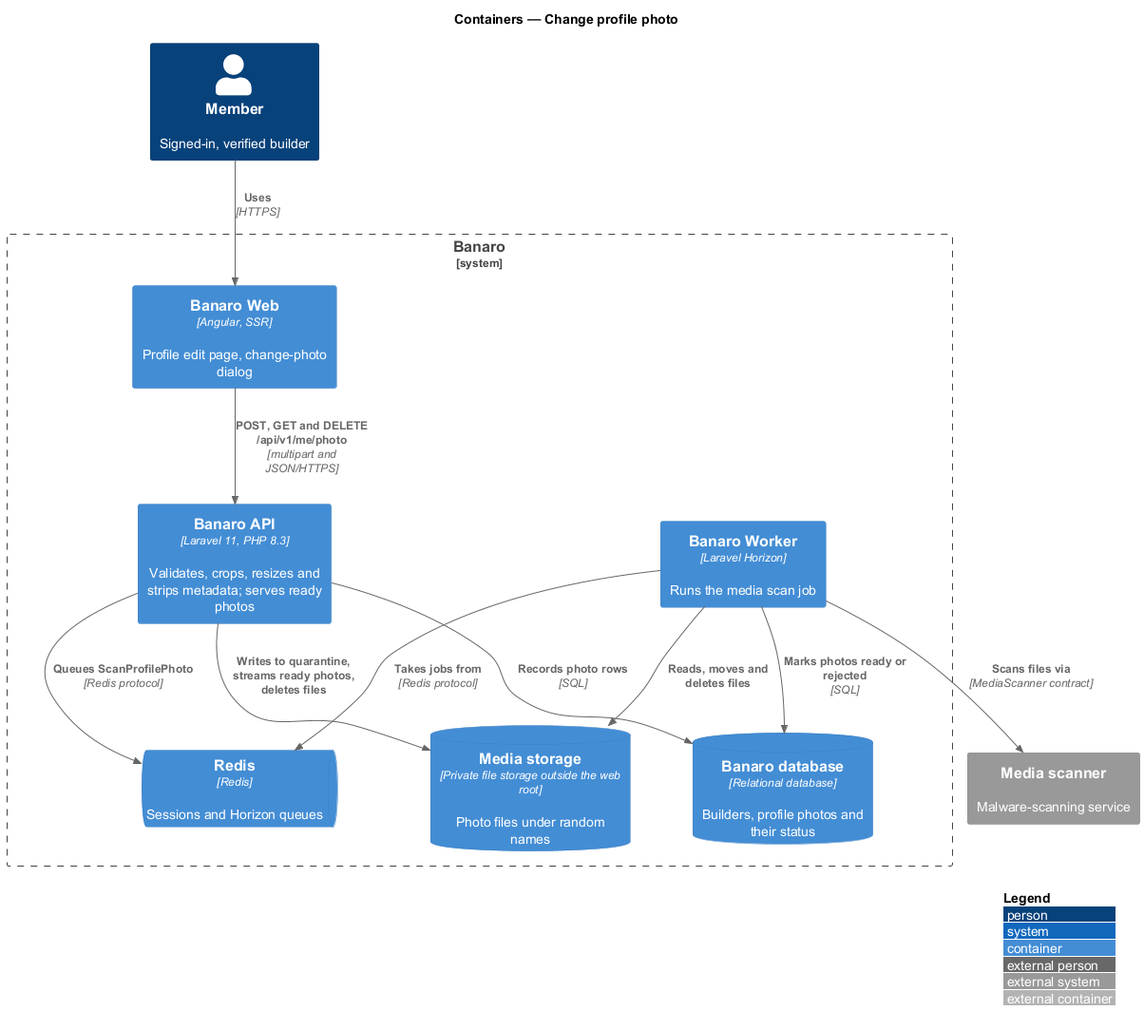
The PlantUML diagram docs/detailed-designs/profiles/change-profile-photo/diagrams/c4-container.png in QuinntyneBrown/banaro, before a commit.
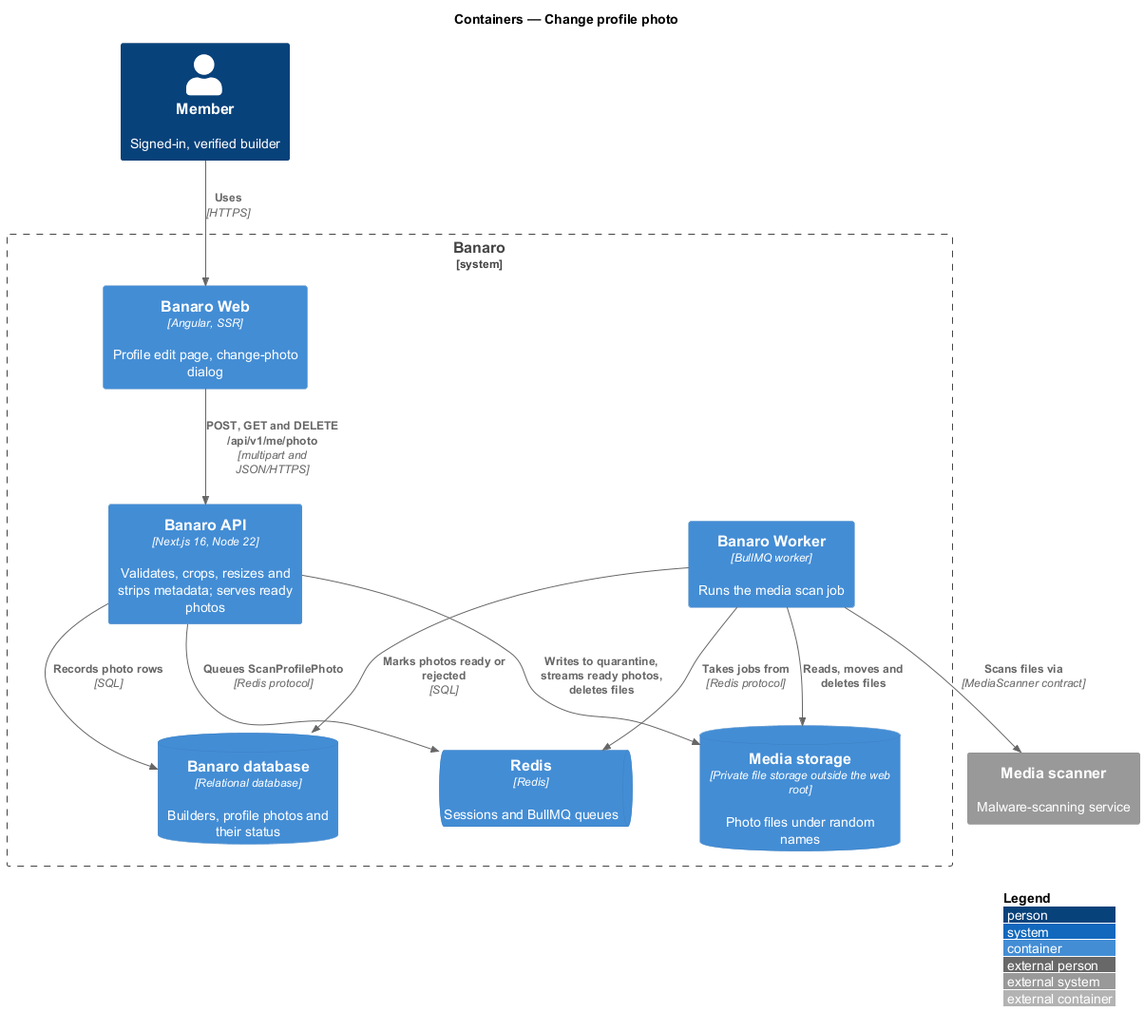
Above is the later version.

What changed in the source:
```diff
@@ -8,10 +8,10 @@
 
 System_Boundary(banaro, "Banaro") {
   Container(web, "Banaro Web", "Angular, SSR", "Profile edit page, change-photo dialog")
-  Container(api, "Banaro API", "Laravel 11, PHP 8.3", "Validates, crops, resizes and strips metadata; serves ready photos")
-  Container(worker, "Banaro Worker", "Laravel Horizon", "Runs the media scan job")
+  Container(api, "Banaro API", "Next.js 16, Node 22", "Validates, crops, resizes and strips metadata; serves ready photos")
+  Container(worker, "Banaro Worker", "BullMQ worker", "Runs the media scan job")
   ContainerDb(db, "Banaro database", "Relational database", "Builders, profile photos and their status")
-  ContainerQueue(redis, "Redis", "Redis", "Sessions and Horizon queues")
+  ContainerQueue(redis, "Redis", "Redis", "Sessions and BullMQ queues")
   ContainerDb(media, "Media storage", "Private file storage outside the web root", "Photo files under random names")
 }
 
```
